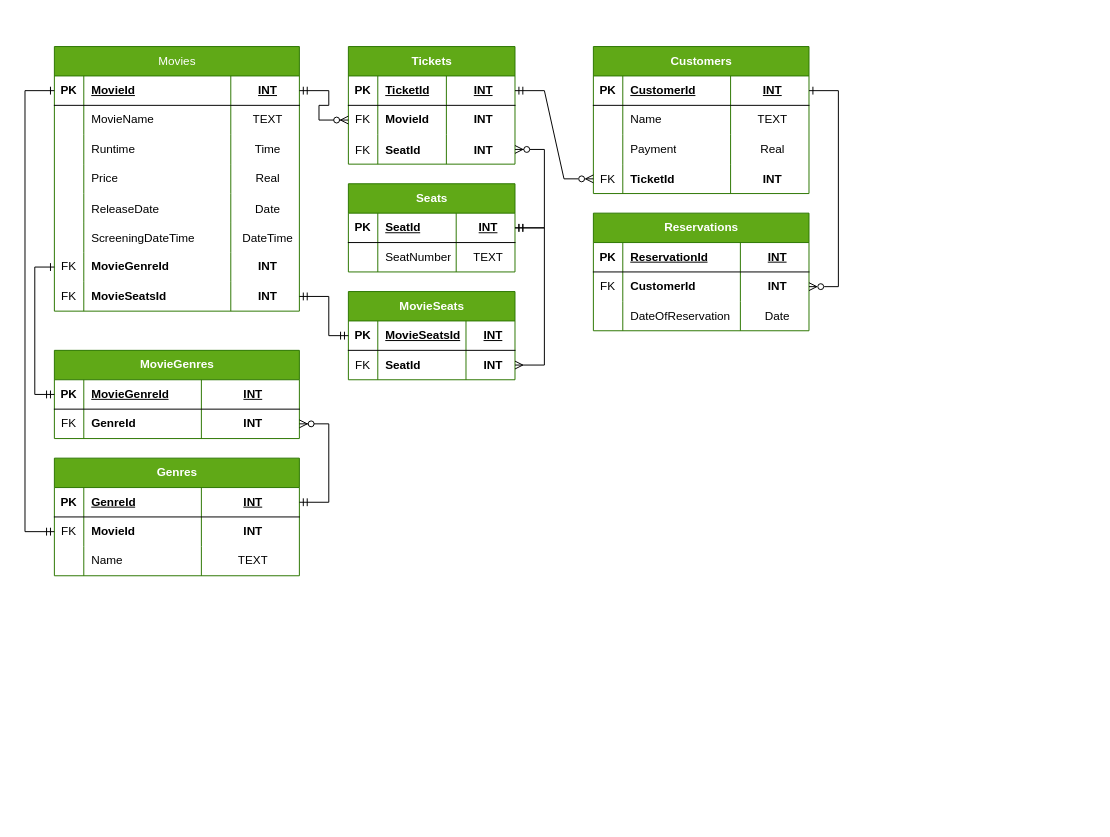
This is erd/CineWave.drawio from pitzzahh/CineWave, a draw.io file, before an edit. Source tidied: cells renumbered, new cells numbered last; positions are measured from the earlier drawing's top-left corner, leaving out a move shared by most shapes. Both pictures are drawn from the tidied source at 98%, with x=0, y=0 at pixel (24, 46).
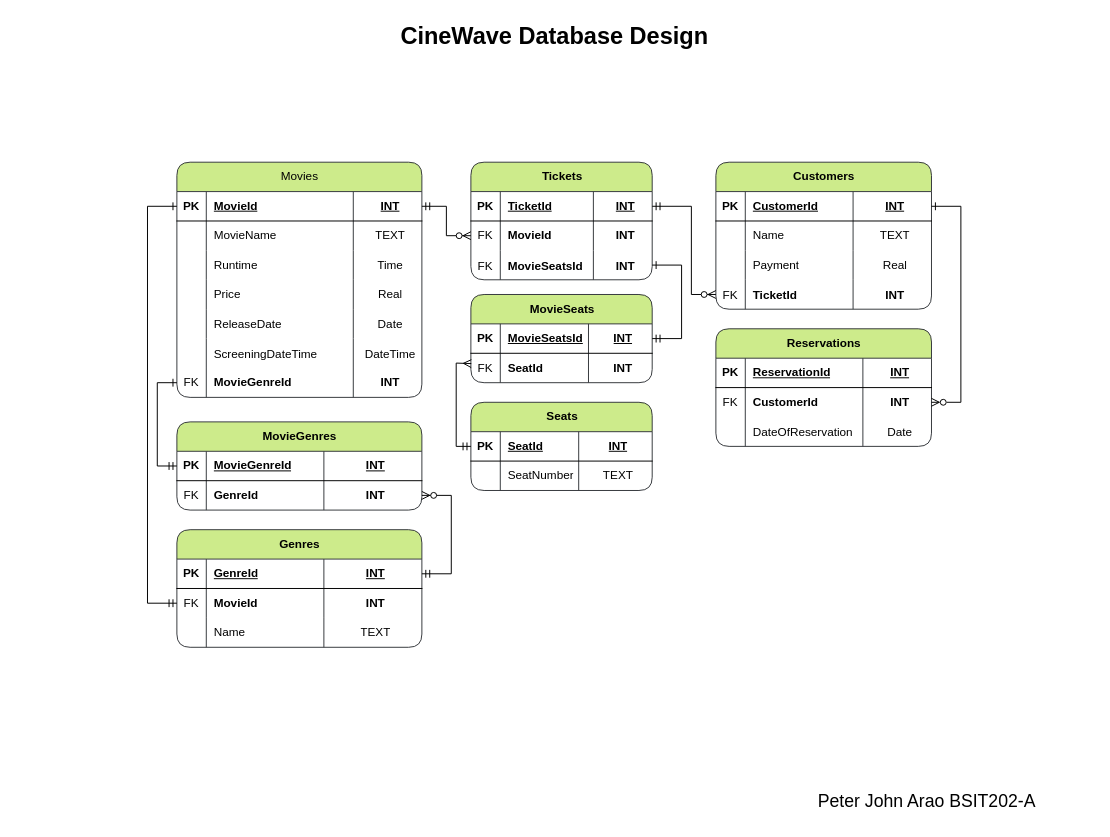
The same diagram, later.

Unchanged cells that the change refers to:
```xml
<mxCell id="3" style="shape=tableRow;horizontal=0;startSize=0;swimlaneHead=0;swimlaneBody=0;fillColor=none;points=[[0,0.5],[1,0.5]];portConstraint=eastwest;top=0;left=0;right=0;bottom=1;" parent="2" vertex="1">
  <mxGeometry y="30" width="250" height="30" as="geometry" />
</mxCell>
<mxCell id="27" style="shape=tableRow;horizontal=0;startSize=0;swimlaneHead=0;swimlaneBody=0;fillColor=none;points=[[0,0.5],[1,0.5]];portConstraint=eastwest;top=0;left=0;right=0;bottom=0;" parent="2" vertex="1">
  <mxGeometry y="210" width="250" height="30" as="geometry" />
</mxCell>
<mxCell id="40" style="shape=tableRow;horizontal=0;startSize=0;swimlaneHead=0;swimlaneBody=0;fillColor=none;points=[[0,0.5],[1,0.5]];portConstraint=eastwest;top=0;left=0;right=0;bottom=0;" parent="35" vertex="1">
  <mxGeometry y="60" width="250" height="30" as="geometry" />
</mxCell>
<mxCell id="49" style="shape=tableRow;horizontal=0;startSize=0;swimlaneHead=0;swimlaneBody=0;fillColor=none;points=[[0,0.5],[1,0.5]];portConstraint=eastwest;top=0;left=0;right=0;bottom=1;" parent="48" vertex="1">
  <mxGeometry y="30" width="250" height="30" as="geometry" />
</mxCell>
<mxCell id="114" style="shape=tableRow;horizontal=0;startSize=0;swimlaneHead=0;swimlaneBody=0;fillColor=none;points=[[0,0.5],[1,0.5]];portConstraint=eastwest;top=0;left=0;right=0;bottom=0;" parent="101" vertex="1">
  <mxGeometry y="120" width="220" height="30" as="geometry" />
</mxCell>
```

Change to the diagram source:
```diff
@@
-    <mxCell id="2" value="Movies" style="shape=table;startSize=30;childLayout=tableLayout;rowLines=0;fontStyle=0;align=center;html=1;fillColor=#60a917;strokeColor=#2D7600;fontColor=#ffffff;" parent="1" vertex="1">
-      <mxGeometry x="30" width="250" height="270" as="geometry" />
+    <mxCell id="2" value="Movies" style="shape=table;startSize=30;childLayout=tableLayout;rowLines=0;fontStyle=0;align=center;html=1;fillColor=#cdeb8b;strokeColor=#36393d;rounded=1;" parent="1" vertex="1">
+      <mxGeometry x="155" y="118" width="250" height="240" as="geometry" />
     </mxCell>
@@
-    <mxCell id="31" style="shape=tableRow;horizontal=0;startSize=0;swimlaneHead=0;swimlaneBody=0;fillColor=none;points=[[0,0.5],[1,0.5]];portConstraint=eastwest;top=0;left=0;right=0;bottom=0;" parent="2" vertex="1">
-      <mxGeometry y="240" width="250" height="30" as="geometry" />
-    </mxCell>
-    <mxCell id="32" value="FK" style="shape=partialRectangle;fillColor=none;top=0;left=0;bottom=0;right=0;fontStyle=0;overflow=hidden;whiteSpace=wrap;html=1;" parent="31" vertex="1">
-      <mxGeometry width="30" height="30" as="geometry" />
-    </mxCell>
-    <mxCell id="33" value="MovieSeatsId" style="shape=partialRectangle;fillColor=none;top=0;left=0;bottom=0;right=0;align=left;spacingLeft=6;fontStyle=1;overflow=hidden;whiteSpace=wrap;html=1;" parent="31" vertex="1">
-      <mxGeometry x="30" width="150" height="30" as="geometry" />
-    </mxCell>
-    <mxCell id="34" value="INT" style="shape=partialRectangle;fillColor=none;top=0;left=0;bottom=0;right=0;align=center;spacingLeft=6;fontStyle=1;overflow=hidden;whiteSpace=wrap;html=1;" parent="31" vertex="1">
-      <mxGeometry x="180" width="70" height="30" as="geometry" />
-    </mxCell>
-    <mxCell id="35" value="Genres" style="shape=table;startSize=30;childLayout=tableLayout;rowLines=0;fontStyle=1;align=center;html=1;fillColor=#60a917;strokeColor=#2D7600;fontColor=#ffffff;" parent="1" vertex="1">
-      <mxGeometry x="30" y="420" width="250" height="120" as="geometry" />
+    <mxCell id="35" value="Genres" style="shape=table;startSize=30;childLayout=tableLayout;rowLines=0;fontStyle=1;align=center;html=1;fillColor=#cdeb8b;strokeColor=#36393d;rounded=1;" parent="1" vertex="1">
+      <mxGeometry x="155" y="493" width="250" height="120" as="geometry" />
     </mxCell>
@@
-    <mxCell id="48" value="MovieGenres" style="shape=table;startSize=30;childLayout=tableLayout;rowLines=0;fontStyle=1;align=center;html=1;fillColor=#60a917;strokeColor=#2D7600;fontColor=#ffffff;" parent="1" vertex="1">
-      <mxGeometry x="30" y="310" width="250" height="90" as="geometry" />
+    <mxCell id="48" value="MovieGenres" style="shape=table;startSize=30;childLayout=tableLayout;rowLines=0;fontStyle=1;align=center;html=1;fillColor=#cdeb8b;strokeColor=#36393d;rounded=1;" parent="1" vertex="1">
+      <mxGeometry x="155" y="383" width="250" height="90" as="geometry" />
     </mxCell>
@@
-    <mxCell id="57" value="Tickets" style="shape=table;startSize=30;childLayout=tableLayout;rowLines=0;fontStyle=1;align=center;html=1;fillColor=#60a917;strokeColor=#2D7600;fontColor=#ffffff;" parent="1" vertex="1">
-      <mxGeometry x="330" width="170" height="120" as="geometry" />
+    <mxCell id="57" value="Tickets" style="shape=table;startSize=30;childLayout=tableLayout;rowLines=0;fontStyle=1;align=center;html=1;fillColor=#cdeb8b;strokeColor=#36393d;rounded=1;" parent="1" vertex="1">
+      <mxGeometry x="455" y="118" width="185" height="120" as="geometry" />
     </mxCell>
     <mxCell id="58" style="shape=tableRow;horizontal=0;startSize=0;swimlaneHead=0;swimlaneBody=0;fillColor=none;points=[[0,0.5],[1,0.5]];portConstraint=eastwest;top=0;left=0;right=0;bottom=1;" parent="57" vertex="1">
-      <mxGeometry y="30" width="170" height="30" as="geometry" />
+      <mxGeometry y="30" width="185" height="30" as="geometry" />
     </mxCell>
@@
     <mxCell id="60" value="TicketId" style="shape=partialRectangle;fillColor=none;top=0;left=0;bottom=0;right=0;align=left;spacingLeft=6;fontStyle=5;overflow=hidden;whiteSpace=wrap;html=1;" parent="58" vertex="1">
-      <mxGeometry x="30" width="70" height="30" as="geometry" />
+      <mxGeometry x="30" width="95" height="30" as="geometry" />
     </mxCell>
     <mxCell id="61" value="INT" style="shape=partialRectangle;fillColor=none;top=0;left=0;bottom=0;right=0;align=center;spacingLeft=6;fontStyle=5;overflow=hidden;whiteSpace=wrap;html=1;" parent="58" vertex="1">
-      <mxGeometry x="100" width="70" height="30" as="geometry" />
+      <mxGeometry x="125" width="60" height="30" as="geometry" />
     </mxCell>
     <mxCell id="62" style="shape=tableRow;horizontal=0;startSize=0;swimlaneHead=0;swimlaneBody=0;fillColor=none;points=[[0,0.5],[1,0.5]];portConstraint=eastwest;top=0;left=0;right=0;bottom=0;" parent="57" vertex="1">
-      <mxGeometry y="60" width="170" height="30" as="geometry" />
+      <mxGeometry y="60" width="185" height="30" as="geometry" />
     </mxCell>
@@
     <mxCell id="64" value="MovieId" style="shape=partialRectangle;fillColor=none;top=0;left=0;bottom=0;right=0;align=left;spacingLeft=6;fontStyle=1;overflow=hidden;whiteSpace=wrap;html=1;" parent="62" vertex="1">
-      <mxGeometry x="30" width="70" height="30" as="geometry" />
+      <mxGeometry x="30" width="95" height="30" as="geometry" />
     </mxCell>
     <mxCell id="65" value="INT" style="shape=partialRectangle;fillColor=none;top=0;left=0;bottom=0;right=0;align=center;spacingLeft=6;fontStyle=1;overflow=hidden;whiteSpace=wrap;html=1;" parent="62" vertex="1">
-      <mxGeometry x="100" width="70" height="30" as="geometry" />
+      <mxGeometry x="125" width="60" height="30" as="geometry" />
     </mxCell>
     <mxCell id="66" style="shape=tableRow;horizontal=0;startSize=0;swimlaneHead=0;swimlaneBody=0;fillColor=none;points=[[0,0.5],[1,0.5]];portConstraint=eastwest;top=0;left=0;right=0;bottom=0;" parent="57" vertex="1">
-      <mxGeometry y="90" width="170" height="30" as="geometry" />
+      <mxGeometry y="90" width="185" height="30" as="geometry" />
     </mxCell>
@@
-    <mxCell id="68" value="SeatId" style="shape=partialRectangle;fillColor=none;top=0;left=0;bottom=0;right=0;align=left;spacingLeft=6;overflow=hidden;fontStyle=1;" parent="66" vertex="1">
-      <mxGeometry x="30" width="70" height="30" as="geometry" />
+    <mxCell id="68" value="MovieSeatsId" style="shape=partialRectangle;fillColor=none;top=0;left=0;bottom=0;right=0;align=left;spacingLeft=6;overflow=hidden;fontStyle=1;" parent="66" vertex="1">
+      <mxGeometry x="30" width="95" height="30" as="geometry" />
     </mxCell>
     <mxCell id="69" value="INT" style="shape=partialRectangle;fillColor=none;top=0;left=0;bottom=0;right=0;align=center;spacingLeft=6;overflow=hidden;fontStyle=1;" parent="66" vertex="1">
-      <mxGeometry x="100" width="70" height="30" as="geometry" />
+      <mxGeometry x="125" width="60" height="30" as="geometry" />
     </mxCell>
-    <mxCell id="70" value="Seats" style="shape=table;startSize=30;childLayout=tableLayout;rowLines=0;fontStyle=1;align=center;html=1;fillColor=#60a917;strokeColor=#2D7600;fontColor=#ffffff;" parent="1" vertex="1">
-      <mxGeometry x="330" y="140" width="170" height="90" as="geometry" />
+    <mxCell id="70" value="Seats" style="shape=table;startSize=30;childLayout=tableLayout;rowLines=0;fontStyle=1;align=center;html=1;fillColor=#cdeb8b;strokeColor=#36393d;rounded=1;" parent="1" vertex="1">
+      <mxGeometry x="455" y="363" width="185" height="90" as="geometry" />
     </mxCell>
     <mxCell id="71" style="shape=tableRow;horizontal=0;startSize=0;swimlaneHead=0;swimlaneBody=0;fillColor=none;points=[[0,0.5],[1,0.5]];portConstraint=eastwest;top=0;left=0;right=0;bottom=1;" parent="70" vertex="1">
-      <mxGeometry y="30" width="170" height="30" as="geometry" />
+      <mxGeometry y="30" width="185" height="30" as="geometry" />
     </mxCell>
@@
     <mxCell id="74" value="INT" style="shape=partialRectangle;fillColor=none;top=0;left=0;bottom=0;right=0;align=center;spacingLeft=6;fontStyle=5;overflow=hidden;whiteSpace=wrap;html=1;" parent="71" vertex="1">
-      <mxGeometry x="110" width="60" height="30" as="geometry" />
+      <mxGeometry x="110" width="75" height="30" as="geometry" />
     </mxCell>
     <mxCell id="75" style="shape=tableRow;horizontal=0;startSize=0;swimlaneHead=0;swimlaneBody=0;fillColor=none;top=0;left=0;right=0;bottom=0;" parent="70" vertex="1">
-      <mxGeometry y="60" width="170" height="30" as="geometry" />
+      <mxGeometry y="60" width="185" height="30" as="geometry" />
     </mxCell>
@@
     <mxCell id="78" value="TEXT" style="shape=partialRectangle;fillColor=none;top=0;left=0;bottom=0;right=0;align=center;spacingLeft=6;overflow=hidden;whiteSpace=wrap;html=1;" parent="75" vertex="1">
-      <mxGeometry x="110" width="60" height="30" as="geometry" />
+      <mxGeometry x="110" width="75" height="30" as="geometry" />
     </mxCell>
-    <mxCell id="79" value="MovieSeats" style="shape=table;startSize=30;childLayout=tableLayout;rowLines=0;fontStyle=1;align=center;html=1;fillColor=#60a917;strokeColor=#2D7600;fontColor=#ffffff;" parent="1" vertex="1">
-      <mxGeometry x="330" y="250" width="170" height="90" as="geometry" />
+    <mxCell id="79" value="MovieSeats" style="shape=table;startSize=30;childLayout=tableLayout;rowLines=0;fontStyle=1;align=center;html=1;fillColor=#cdeb8b;strokeColor=#36393d;rounded=1;" parent="1" vertex="1">
+      <mxGeometry x="455" y="253" width="185" height="90" as="geometry" />
     </mxCell>
     <mxCell id="80" style="shape=tableRow;horizontal=0;startSize=0;swimlaneHead=0;swimlaneBody=0;fillColor=none;points=[[0,0.5],[1,0.5]];portConstraint=eastwest;top=0;left=0;right=0;bottom=1;" parent="79" vertex="1">
-      <mxGeometry y="30" width="170" height="30" as="geometry" />
+      <mxGeometry y="30" width="185" height="30" as="geometry" />
     </mxCell>
@@
     <mxCell id="83" value="INT" style="shape=partialRectangle;fillColor=none;top=0;left=0;bottom=0;right=0;align=center;spacingLeft=6;fontStyle=5;overflow=hidden;whiteSpace=wrap;html=1;" parent="80" vertex="1">
-      <mxGeometry x="120" width="50" height="30" as="geometry" />
+      <mxGeometry x="120" width="65" height="30" as="geometry" />
     </mxCell>
     <mxCell id="84" style="shape=tableRow;horizontal=0;startSize=0;swimlaneHead=0;swimlaneBody=0;fillColor=none;points=[[0,0.5],[1,0.5]];portConstraint=eastwest;top=0;left=0;right=0;bottom=0;" parent="79" vertex="1">
-      <mxGeometry y="60" width="170" height="30" as="geometry" />
+      <mxGeometry y="60" width="185" height="30" as="geometry" />
     </mxCell>
@@
     <mxCell id="87" value="INT" style="shape=partialRectangle;fillColor=none;top=0;left=0;bottom=0;right=0;align=center;spacingLeft=6;overflow=hidden;fontStyle=1;" parent="84" vertex="1">
-      <mxGeometry x="120" width="50" height="30" as="geometry" />
+      <mxGeometry x="120" width="65" height="30" as="geometry" />
     </mxCell>
-    <mxCell id="88" value="Reservations" style="shape=table;startSize=30;childLayout=tableLayout;rowLines=0;fontStyle=1;align=center;html=1;fillColor=#60a917;strokeColor=#2D7600;fontColor=#ffffff;" parent="1" vertex="1">
-      <mxGeometry x="580" y="170" width="220" height="120" as="geometry" />
+    <mxCell id="88" value="Reservations" style="shape=table;startSize=30;childLayout=tableLayout;rowLines=0;fontStyle=1;align=center;html=1;fillColor=#cdeb8b;strokeColor=#36393d;rounded=1;" parent="1" vertex="1">
+      <mxGeometry x="705" y="288" width="220" height="120" as="geometry" />
     </mxCell>
@@
-    <mxCell id="101" value="Customers" style="shape=table;startSize=30;childLayout=tableLayout;rowLines=0;fontStyle=1;align=center;html=1;fillColor=#60a917;strokeColor=#2D7600;fontColor=#ffffff;" parent="1" vertex="1">
-      <mxGeometry x="580" width="220" height="150" as="geometry" />
+    <mxCell id="101" value="Customers" style="shape=table;startSize=30;childLayout=tableLayout;rowLines=0;fontStyle=1;align=center;html=1;fillColor=#cdeb8b;strokeColor=#36393d;rounded=1;" parent="1" vertex="1">
+      <mxGeometry x="705" y="118" width="220" height="150" as="geometry" />
     </mxCell>
@@
-    <mxCell id="118" style="edgeStyle=entityRelationEdgeStyle;fontSize=12;html=1;endArrow=ERmandOne;startArrow=ERzeroToMany;rounded=0;endFill=0;startFill=0;" parent="1" edge="1" source="114" target="58">
-      <mxGeometry relative="1" as="geometry">
-        <Array as="points">
-          <mxPoint x="740" y="120" />
-          <mxPoint x="590" y="100" />
-          <mxPoint x="580" y="40" />
-          <mxPoint x="590" y="110" />
-          <mxPoint x="590" y="50" />
-          <mxPoint x="750" y="90" />
-          <mxPoint x="770" y="10" />
-          <mxPoint x="750" y="140" />
-          <mxPoint x="730" y="130" />
-        </Array>
-      </mxGeometry>
-    </mxCell>
@@
-    <mxCell id="120" style="endArrow=ERmandOne;html=1;rounded=0;entryX=1;entryY=0.5;entryDx=0;entryDy=0;startArrow=ERmany;startFill=0;endFill=0;" parent="1" edge="1" source="84" target="71">
+    <mxCell id="120" style="endArrow=ERmandOne;html=1;rounded=0;startArrow=ERmany;startFill=0;endFill=0;exitX=0.002;exitY=0.35;exitDx=0;exitDy=0;exitPerimeter=0;" parent="1" edge="1" source="84" target="71">
       <mxGeometry relative="1" as="geometry">
         <Array as="points">
-          <mxPoint x="530" y="325" />
-          <mxPoint x="530" y="185" />
+          <mxPoint x="440" y="323" />
+          <mxPoint x="440" y="408" />
         </Array>
       </mxGeometry>
     </mxCell>
     <mxCell id="121" style="endArrow=ERone;html=1;rounded=0;startArrow=ERmandOne;startFill=0;endFill=0;" parent="1" edge="1" source="49" target="27">
       <mxGeometry relative="1" as="geometry">
         <Array as="points">
-          <mxPoint x="10" y="355" />
-          <mxPoint x="10" y="225" />
+          <mxPoint x="135" y="428" />
+          <mxPoint x="135" y="343" />
         </Array>
       </mxGeometry>
     </mxCell>
@@
-    <mxCell id="123" style="endArrow=ERmandOne;html=1;rounded=0;startArrow=ERmandOne;startFill=0;endFill=0;" parent="1" edge="1" source="80" target="31">
-      <mxGeometry relative="1" as="geometry">
-        <Array as="points">
-          <mxPoint x="310" y="295" />
-          <mxPoint x="310" y="255" />
-        </Array>
-      </mxGeometry>
-    </mxCell>
-    <mxCell id="124" style="edgeStyle=entityRelationEdgeStyle;fontSize=12;html=1;endArrow=ERzeroToMany;startArrow=ERmandOne;rounded=0;" parent="1" edge="1" source="3" target="62">
+    <mxCell id="124" style="edgeStyle=orthogonalEdgeStyle;fontSize=12;html=1;endArrow=ERzeroToMany;startArrow=ERmandOne;rounded=0;" parent="1" edge="1" source="3" target="62">
       <mxGeometry relative="1" as="geometry" />
     </mxCell>
-    <mxCell id="125" style="edgeStyle=entityRelationEdgeStyle;fontSize=12;html=1;endArrow=ERzeroToMany;startArrow=ERmandOne;rounded=0;" parent="1" edge="1" source="71" target="66">
-      <mxGeometry relative="1" as="geometry" />
+    <mxCell id="125" style="edgeStyle=entityRelationEdgeStyle;fontSize=12;html=1;endArrow=ERone;startArrow=ERmandOne;rounded=0;endFill=0;" parent="1" edge="1" source="80" target="66">
+      <mxGeometry relative="1" as="geometry">
+        <Array as="points">
+          <mxPoint x="660" y="263" />
+          <mxPoint x="650" y="223" />
+        </Array>
+      </mxGeometry>
     </mxCell>
     <mxCell id="126" style="endArrow=ERone;html=1;rounded=0;startArrow=ERmandOne;startFill=0;endFill=0;" parent="1" edge="1" source="40" target="3">
       <mxGeometry relative="1" as="geometry">
         <Array as="points">
-          <mxPoint y="495" />
-          <mxPoint y="45" />
+          <mxPoint x="125" y="568" />
+          <mxPoint x="125" y="163" />
         </Array>
       </mxGeometry>
     </mxCell>
+    <mxCell id="127" value="CineWave Database Design" style="text;strokeColor=none;fillColor=none;html=1;fontSize=24;fontStyle=1;verticalAlign=middle;align=center;" parent="1" vertex="1">
+      <mxGeometry x="370" y="-30" width="340" height="40" as="geometry" />
+    </mxCell>
+    <mxCell id="128" value="Peter John Arao BSIT202-A" style="text;strokeColor=none;fillColor=none;html=1;fontSize=18;fontStyle=0;verticalAlign=middle;align=center;" parent="1" vertex="1">
+      <mxGeometry x="750" y="750" width="340" height="40" as="geometry" />
+    </mxCell>
+    <mxCell id="129" style="edgeStyle=elbowEdgeStyle;fontSize=12;html=1;endArrow=ERzeroToMany;startArrow=ERmandOne;rounded=0;exitX=1;exitY=0.5;exitDx=0;exitDy=0;" parent="1" edge="1" source="58" target="114">
+      <mxGeometry relative="1" as="geometry">
+        <Array as="points">
+          <mxPoint x="680" y="203" />
+        </Array>
+      </mxGeometry>
+    </mxCell>
```
